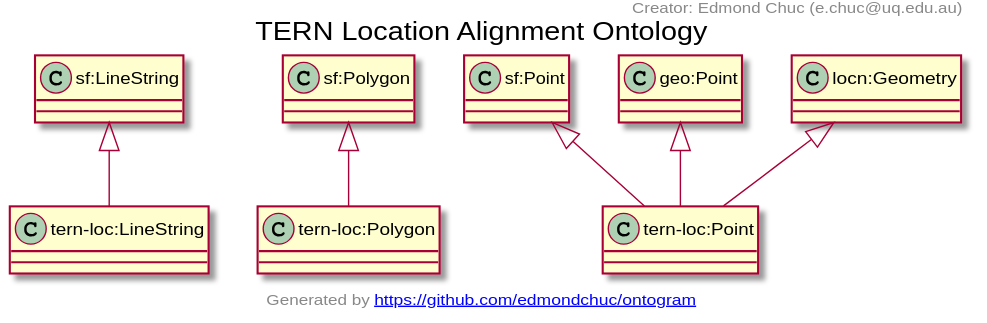
Above: docs/tern-loc.ttl.txt.svg in ternaustralia/ontology_tern-loc (PlantUML), before the change.
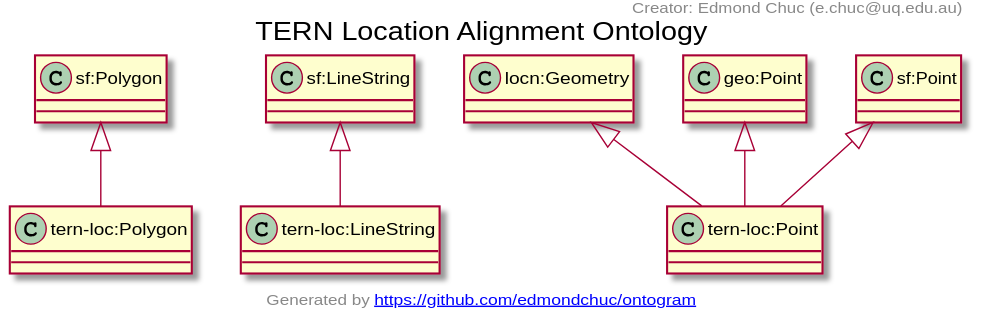
Later version of the same file.

What changed in the source:
```diff
@@ -1,13 +1,13 @@
 @startuml
 title TERN Location Alignment Ontology
+"sf:Polygon" <|-- "tern-loc:Polygon"
 "sf:LineString" <|-- "tern-loc:LineString"
-"sf:Polygon" <|-- "tern-loc:Polygon"
+"locn:Geometry" <|-- "tern-loc:Point"
+"geo:Point" <|-- "tern-loc:Point"
 "sf:Point" <|-- "tern-loc:Point"
-"geo:Point" <|-- "tern-loc:Point"
-"locn:Geometry" <|-- "tern-loc:Point"
+Class "tern-loc:Polygon" [[https://w3id.org/tern/ontologies/loc/Polygon]] {
+}
 Class "tern-loc:LineString" [[https://w3id.org/tern/ontologies/loc/LineString]] {
-}
-Class "tern-loc:Polygon" [[https://w3id.org/tern/ontologies/loc/Polygon]] {
 }
 Class "tern-loc:Point" [[https://w3id.org/tern/ontologies/loc/Point]] {
 }
```
